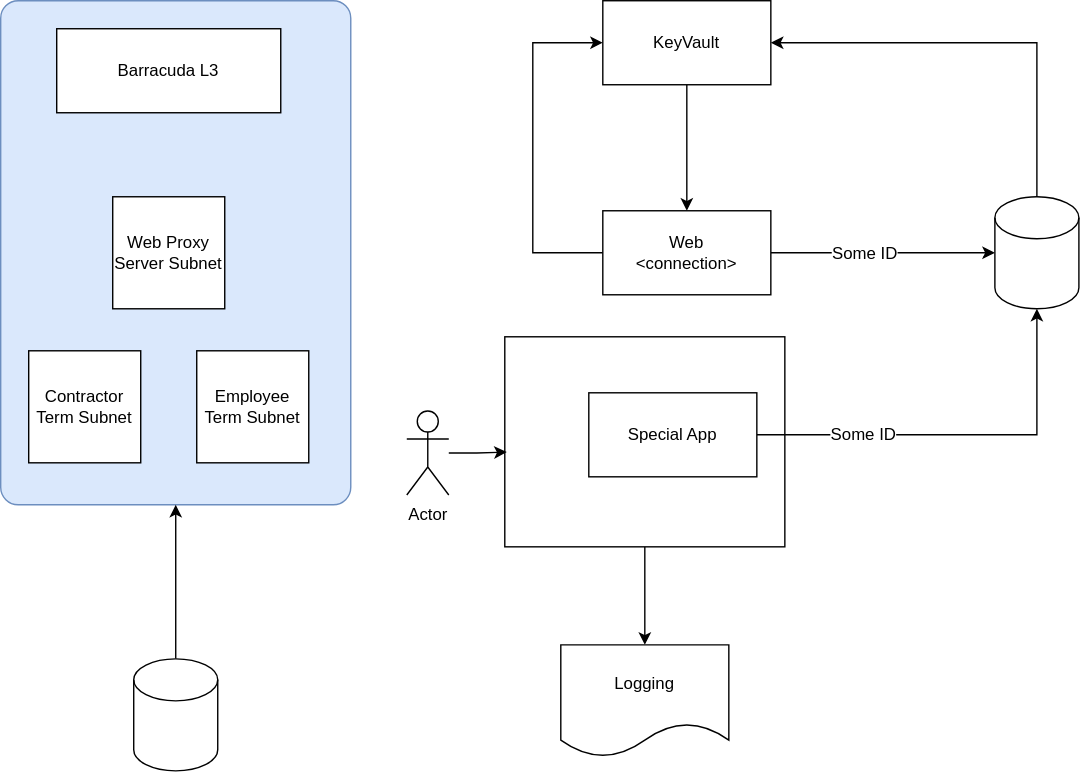
This is infra/SOXDataAccessNetworkPaths.svg from vjavle/invoicecloud, a draw.io export, as it was before one commit. Source tidied: cells renumbered, new cells last; positions are measured from the earlier drawing's top-left corner, leaving out a move shared by most shapes.
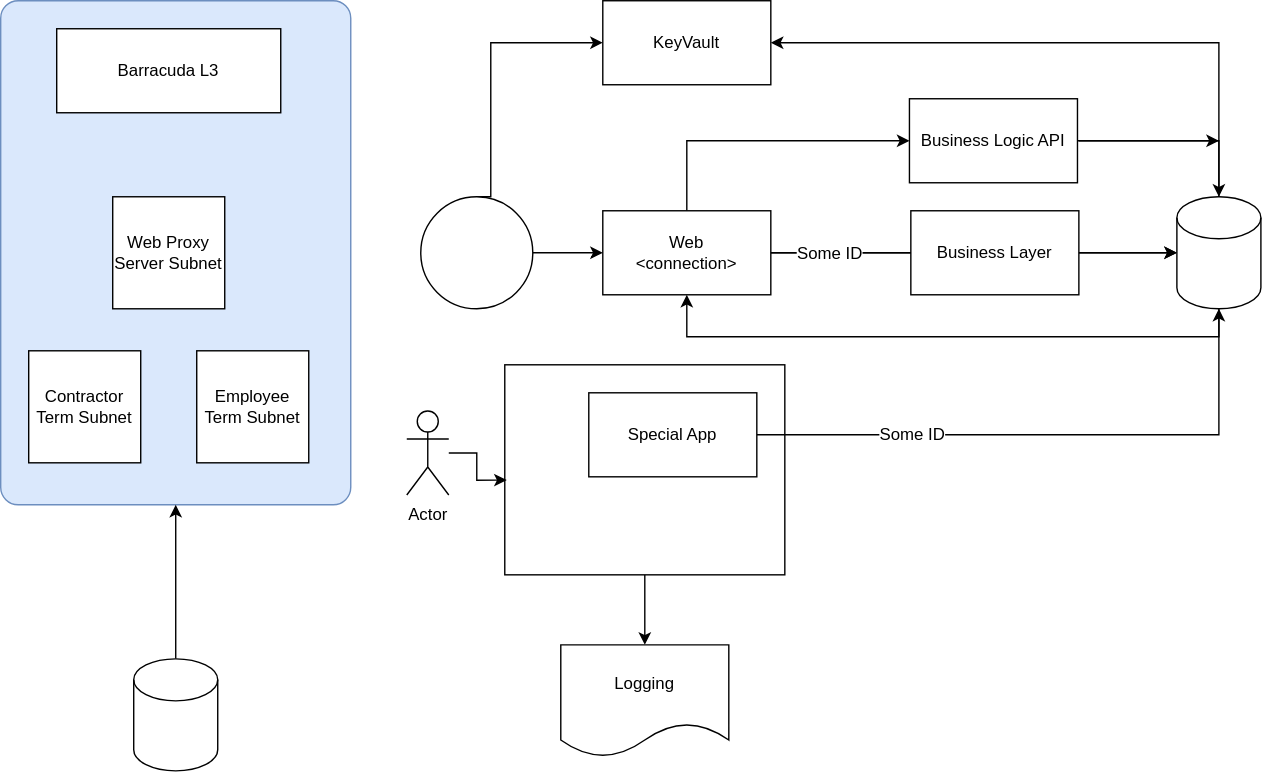
The same file after the commit.

The edit, as a diff of the source:
```diff
@@ -6,7 +6,7 @@
       <mxGeometry relative="1" as="geometry" />
     </mxCell>
     <mxCell id="3" style="rounded=0;whiteSpace=wrap;html=1;fontFamily=Helvetica;fontSize=12;fontColor=default;strokeColor=default;fillColor=default;" parent="1" vertex="1">
-      <mxGeometry x="360" y="240" width="200" height="150" as="geometry" />
+      <mxGeometry x="360" y="260" width="200" height="150" as="geometry" />
     </mxCell>
     <mxCell id="4" style="rounded=1;whiteSpace=wrap;html=1;arcSize=5;fillColor=#dae8fc;strokeColor=#6c8ebf;" parent="1" vertex="1">
       <mxGeometry width="250" height="360" as="geometry" />
@@ -29,28 +29,42 @@
     <mxCell id="10" style="shape=cylinder3;whiteSpace=wrap;html=1;boundedLbl=1;backgroundOutline=1;size=15;rounded=1;fontFamily=Helvetica;fontSize=12;fontColor=default;strokeColor=default;fillColor=default;" parent="1" vertex="1">
       <mxGeometry x="95" y="470" width="60" height="80" as="geometry" />
     </mxCell>
-    <mxCell id="11" value="&lt;br&gt;" style="edgeStyle=orthogonalEdgeStyle;rounded=0;jettySize=auto;html=1;fontFamily=Helvetica;fontSize=12;fontColor=default;" parent="1" edge="1" source="14" target="16">
+    <mxCell id="11" value="&lt;br&gt;" style="edgeStyle=orthogonalEdgeStyle;rounded=0;jettySize=auto;html=1;fontFamily=Helvetica;fontSize=12;fontColor=default;startArrow=none;" parent="1" edge="1" source="30" target="16">
       <mxGeometry relative="1" as="geometry" />
     </mxCell>
-    <mxCell id="12" value="Some ID" style="edgeLabel;html=1;align=center;verticalAlign=middle;fontSize=12;fontFamily=Helvetica;fontColor=default;" parent="11" vertex="1">
-      <mxGeometry x="-0.17" y="-1" relative="1" as="geometry" />
-    </mxCell>
-    <mxCell id="13" style="edgeStyle=orthogonalEdgeStyle;rounded=0;jettySize=auto;html=1;entryX=0;entryY=0.5;entryDx=0;entryDy=0;fontFamily=Helvetica;fontSize=12;fontColor=default;" parent="1" edge="1" source="14" target="24">
+    <mxCell id="13" style="edgeStyle=orthogonalEdgeStyle;rounded=0;jettySize=auto;html=1;entryX=0;entryY=0.5;entryDx=0;entryDy=0;fontFamily=Helvetica;fontSize=12;fontColor=default;exitX=0.5;exitY=0;exitDx=0;exitDy=0;" parent="1" edge="1" source="29" target="24">
       <mxGeometry relative="1" as="geometry">
         <Array as="points">
-          <mxPoint x="380" y="180" />
-          <mxPoint x="380" y="30" />
+          <mxPoint x="350" y="30" />
         </Array>
       </mxGeometry>
     </mxCell>
+    <mxCell id="25" style="edgeStyle=orthogonalEdgeStyle;rounded=0;jettySize=auto;html=1;fontFamily=Helvetica;fontSize=12;fontColor=default;" parent="1" edge="1" source="14" target="16">
+      <mxGeometry relative="1" as="geometry" />
+    </mxCell>
+    <mxCell id="26" style="edgeStyle=orthogonalEdgeStyle;rounded=0;jettySize=auto;html=1;entryX=0;entryY=0.5;entryDx=0;entryDy=0;fontFamily=Helvetica;fontSize=12;fontColor=default;" parent="1" edge="1" source="14" target="34">
+      <mxGeometry relative="1" as="geometry">
+        <Array as="points">
+          <mxPoint x="490" y="100" />
+        </Array>
+      </mxGeometry>
+    </mxCell>
     <mxCell id="14" value="Web&lt;br&gt;&amp;lt;connection&amp;gt;" style="rounded=0;whiteSpace=wrap;html=1;fontFamily=Helvetica;fontSize=12;fontColor=default;strokeColor=default;fillColor=default;" parent="1" vertex="1">
       <mxGeometry x="430" y="150" width="120" height="60" as="geometry" />
     </mxCell>
     <mxCell id="15" style="edgeStyle=orthogonalEdgeStyle;rounded=0;jettySize=auto;html=1;entryX=1;entryY=0.5;entryDx=0;entryDy=0;fontFamily=Helvetica;fontSize=12;fontColor=default;exitX=0.5;exitY=0;exitDx=0;exitDy=0;exitPerimeter=0;" parent="1" edge="1" source="16" target="24">
       <mxGeometry relative="1" as="geometry" />
     </mxCell>
+    <mxCell id="27" style="edgeStyle=orthogonalEdgeStyle;rounded=0;jettySize=auto;html=1;entryX=0.5;entryY=1;entryDx=0;entryDy=0;fontFamily=Helvetica;fontSize=12;fontColor=default;" parent="1" edge="1" source="16" target="14">
+      <mxGeometry relative="1" as="geometry">
+        <Array as="points">
+          <mxPoint x="870" y="240" />
+          <mxPoint x="490" y="240" />
+        </Array>
+      </mxGeometry>
+    </mxCell>
     <mxCell id="16" style="shape=cylinder3;whiteSpace=wrap;html=1;boundedLbl=1;backgroundOutline=1;size=15;rounded=1;fontFamily=Helvetica;fontSize=12;fontColor=default;strokeColor=default;fillColor=default;" parent="1" vertex="1">
-      <mxGeometry x="710" y="140" width="60" height="80" as="geometry" />
+      <mxGeometry x="840" y="140" width="60" height="80" as="geometry" />
     </mxCell>
     <mxCell id="17" style="edgeStyle=orthogonalEdgeStyle;rounded=0;jettySize=auto;html=1;fontFamily=Helvetica;fontSize=12;fontColor=default;" parent="1" edge="1" source="19" target="16">
       <mxGeometry relative="1" as="geometry" />
@@ -70,11 +84,36 @@
     <mxCell id="22" value="Logging" style="shape=document;whiteSpace=wrap;html=1;boundedLbl=1;rounded=1;fontFamily=Helvetica;fontSize=12;fontColor=default;strokeColor=default;fillColor=default;" parent="1" vertex="1">
       <mxGeometry x="400" y="460" width="120" height="80" as="geometry" />
     </mxCell>
-    <mxCell id="23" style="edgeStyle=orthogonalEdgeStyle;rounded=0;jettySize=auto;html=1;fontFamily=Helvetica;fontSize=12;fontColor=default;" parent="1" edge="1" source="24" target="14">
-      <mxGeometry relative="1" as="geometry" />
-    </mxCell>
     <mxCell id="24" value="KeyVault" style="rounded=0;whiteSpace=wrap;html=1;fontFamily=Helvetica;fontSize=12;fontColor=default;strokeColor=default;fillColor=default;" parent="1" vertex="1">
       <mxGeometry x="430" width="120" height="60" as="geometry" />
     </mxCell>
+    <mxCell id="28" style="edgeStyle=orthogonalEdgeStyle;rounded=0;jettySize=auto;html=1;fontFamily=Helvetica;fontSize=12;fontColor=default;" parent="1" edge="1" source="29" target="14">
+      <mxGeometry relative="1" as="geometry" />
+    </mxCell>
+    <mxCell id="29" style="ellipse;whiteSpace=wrap;html=1;rounded=1;fontFamily=Helvetica;fontSize=12;fontColor=default;strokeColor=default;fillColor=default;" parent="1" vertex="1">
+      <mxGeometry x="300" y="140" width="80" height="80" as="geometry" />
+    </mxCell>
+    <mxCell id="30" value="Business Layer" style="rounded=0;whiteSpace=wrap;html=1;fontFamily=Helvetica;fontSize=12;fontColor=default;strokeColor=default;fillColor=default;" parent="1" vertex="1">
+      <mxGeometry x="650" y="150" width="120" height="60" as="geometry" />
+    </mxCell>
+    <mxCell id="31" style="edgeStyle=orthogonalEdgeStyle;rounded=0;jettySize=auto;html=1;fontFamily=Helvetica;fontSize=12;fontColor=default;endArrow=none;" parent="1" edge="1" source="14" target="30">
+      <mxGeometry relative="1" as="geometry" />
+    </mxCell>
+    <mxCell id="12" value="Some ID" style="edgeLabel;html=1;align=center;verticalAlign=middle;fontSize=12;fontFamily=Helvetica;fontColor=default;" parent="31" vertex="1">
+      <mxGeometry x="-0.17" y="-1" relative="1" as="geometry" />
+    </mxCell>
+    <mxCell id="32" style="edgeStyle=orthogonalEdgeStyle;rounded=0;jettySize=auto;html=1;fontFamily=Helvetica;fontSize=12;fontColor=default;" parent="1" edge="1" target="16">
+      <mxGeometry relative="1" as="geometry">
+        <mxPoint x="770" y="100" as="sourcePoint" />
+      </mxGeometry>
+    </mxCell>
+    <mxCell id="33" style="edgeStyle=orthogonalEdgeStyle;rounded=0;jettySize=auto;html=1;fontFamily=Helvetica;fontSize=12;fontColor=default;" parent="1" edge="1" source="34">
+      <mxGeometry relative="1" as="geometry">
+        <mxPoint x="870" y="100" as="targetPoint" />
+      </mxGeometry>
+    </mxCell>
+    <mxCell id="34" value="Business Logic API" style="rounded=0;whiteSpace=wrap;html=1;fontFamily=Helvetica;fontSize=12;fontColor=default;strokeColor=default;fillColor=default;horizontal=1;" parent="1" vertex="1">
+      <mxGeometry x="649" y="70" width="120" height="60" as="geometry" />
+    </mxCell>
   </root>
 </mxGraphModel>
```
